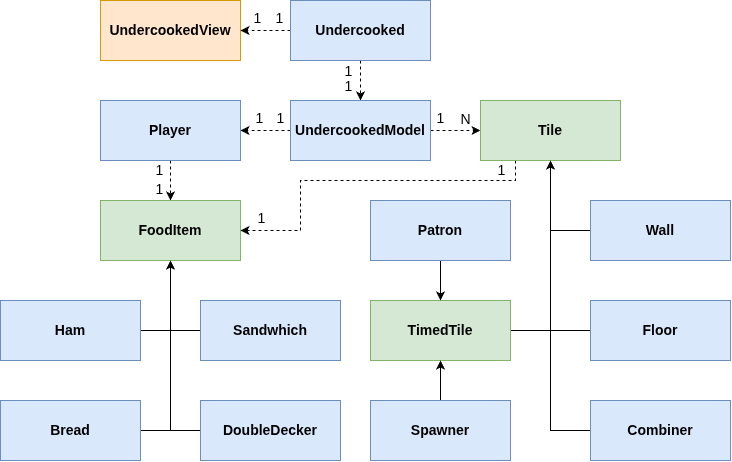
This is 2026s1/resources/UML.png from CSSE1001/CSSE1001.github.io, a draw.io export, as it was before one commit. Source tidied: cells renumbered, new cells last; positions are measured from the earlier drawing's top-left corner, leaving out a move shared by most shapes. Source of this version:
```xml
<mxGraphModel>
  <root>
    <mxCell id="0" />
    <mxCell id="1" parent="0" />
    <mxCell id="2" value="&lt;span style=&quot;font-size: 14px;&quot;&gt;&lt;b&gt;UndercookedView&lt;/b&gt;&lt;/span&gt;" style="rounded=0;whiteSpace=wrap;html=1;fillColor=#ffe6cc;strokeColor=#d79b00;" parent="1" vertex="1">
      <mxGeometry x="100" width="140" height="60" as="geometry" />
    </mxCell>
    <mxCell id="3" style="edgeStyle=orthogonalEdgeStyle;rounded=0;jettySize=auto;html=1;exitX=0.5;exitY=1;exitDx=0;exitDy=0;dashed=1;" parent="1" edge="1" source="16" target="20">
      <mxGeometry relative="1" as="geometry" />
    </mxCell>
    <mxCell id="4" style="edgeStyle=orthogonalEdgeStyle;rounded=0;jettySize=auto;html=1;exitX=0;exitY=0.5;exitDx=0;exitDy=0;dashed=1;" parent="1" edge="1" source="16" target="2">
      <mxGeometry relative="1" as="geometry" />
    </mxCell>
    <mxCell id="5" value="1" style="edgeLabel;html=1;align=center;verticalAlign=middle;fontStyle=0;fontSize=14;" parent="4" vertex="1">
      <mxGeometry x="-0.49" relative="1" as="geometry">
        <mxPoint x="-20" y="-12" as="offset" />
      </mxGeometry>
    </mxCell>
    <mxCell id="6" value="1" style="edgeLabel;html=1;align=center;verticalAlign=middle;fontStyle=0;fontSize=14;" parent="4" vertex="1">
      <mxGeometry x="-0.49" relative="1" as="geometry">
        <mxPoint x="2" y="-12" as="offset" />
      </mxGeometry>
    </mxCell>
    <mxCell id="7" value="1" style="edgeLabel;html=1;align=center;verticalAlign=middle;fontStyle=0;fontSize=14;" parent="4" vertex="1">
      <mxGeometry x="-0.49" relative="1" as="geometry">
        <mxPoint x="71" y="41" as="offset" />
      </mxGeometry>
    </mxCell>
    <mxCell id="8" value="1" style="edgeLabel;html=1;align=center;verticalAlign=middle;fontStyle=0;fontSize=14;" parent="4" vertex="1">
      <mxGeometry x="-0.49" relative="1" as="geometry">
        <mxPoint x="71" y="56" as="offset" />
      </mxGeometry>
    </mxCell>
    <mxCell id="9" value="1" style="edgeLabel;html=1;align=center;verticalAlign=middle;fontStyle=0;fontSize=14;" parent="4" vertex="1">
      <mxGeometry x="-0.49" relative="1" as="geometry">
        <mxPoint x="3" y="88" as="offset" />
      </mxGeometry>
    </mxCell>
    <mxCell id="10" value="1" style="edgeLabel;html=1;align=center;verticalAlign=middle;fontStyle=0;fontSize=14;" parent="4" vertex="1">
      <mxGeometry x="-0.49" relative="1" as="geometry">
        <mxPoint x="-18" y="88" as="offset" />
      </mxGeometry>
    </mxCell>
    <mxCell id="11" value="1" style="edgeLabel;html=1;align=center;verticalAlign=middle;fontStyle=0;fontSize=14;" parent="4" vertex="1">
      <mxGeometry x="-0.49" relative="1" as="geometry">
        <mxPoint x="163" y="88" as="offset" />
      </mxGeometry>
    </mxCell>
    <mxCell id="12" value="1" style="edgeLabel;html=1;align=center;verticalAlign=middle;fontStyle=0;fontSize=14;" parent="4" vertex="1">
      <mxGeometry x="-0.49" relative="1" as="geometry">
        <mxPoint x="224" y="140" as="offset" />
      </mxGeometry>
    </mxCell>
    <mxCell id="13" value="1" style="edgeLabel;html=1;align=center;verticalAlign=middle;fontStyle=0;fontSize=14;" parent="4" vertex="1">
      <mxGeometry x="-0.49" relative="1" as="geometry">
        <mxPoint x="-16" y="188" as="offset" />
      </mxGeometry>
    </mxCell>
    <mxCell id="14" value="1" style="edgeLabel;html=1;align=center;verticalAlign=middle;fontStyle=0;fontSize=14;" parent="4" vertex="1">
      <mxGeometry x="-0.49" relative="1" as="geometry">
        <mxPoint x="-118" y="140" as="offset" />
      </mxGeometry>
    </mxCell>
    <mxCell id="15" value="1" style="edgeLabel;html=1;align=center;verticalAlign=middle;fontStyle=0;fontSize=14;" parent="4" vertex="1">
      <mxGeometry x="-0.49" relative="1" as="geometry">
        <mxPoint x="-118" y="159" as="offset" />
      </mxGeometry>
    </mxCell>
    <mxCell id="16" value="&lt;span style=&quot;font-size: 14px;&quot;&gt;&lt;b&gt;Undercooked&lt;/b&gt;&lt;/span&gt;" style="rounded=0;whiteSpace=wrap;html=1;fillColor=#dae8fc;strokeColor=#6c8ebf;" parent="1" vertex="1">
      <mxGeometry x="290" width="140" height="60" as="geometry" />
    </mxCell>
    <mxCell id="17" style="edgeStyle=orthogonalEdgeStyle;rounded=0;jettySize=auto;html=1;exitX=1;exitY=0.5;exitDx=0;exitDy=0;dashed=1;" parent="1" edge="1" source="20" target="24">
      <mxGeometry relative="1" as="geometry" />
    </mxCell>
    <mxCell id="18" value="&lt;font style=&quot;font-size: 14px;&quot;&gt;N&lt;/font&gt;" style="edgeLabel;html=1;align=center;verticalAlign=middle;" parent="17" vertex="1">
      <mxGeometry x="0.35" y="1" relative="1" as="geometry">
        <mxPoint y="-10" as="offset" />
      </mxGeometry>
    </mxCell>
    <mxCell id="19" style="edgeStyle=orthogonalEdgeStyle;rounded=0;jettySize=auto;html=1;exitX=0;exitY=0.5;exitDx=0;exitDy=0;dashed=1;" parent="1" edge="1" source="20" target="22">
      <mxGeometry relative="1" as="geometry" />
    </mxCell>
    <mxCell id="20" value="&lt;font style=&quot;font-size: 14px;&quot;&gt;&lt;b&gt;Undercooked&lt;/b&gt;&lt;/font&gt;&lt;b&gt;&lt;font style=&quot;font-size: 14px;&quot;&gt;Model&lt;/font&gt;&lt;/b&gt;" style="rounded=0;whiteSpace=wrap;html=1;fillColor=#dae8fc;strokeColor=#6c8ebf;" parent="1" vertex="1">
      <mxGeometry x="290" y="100" width="140" height="60" as="geometry" />
    </mxCell>
    <mxCell id="21" style="edgeStyle=orthogonalEdgeStyle;rounded=0;jettySize=auto;html=1;exitX=0.5;exitY=1;exitDx=0;exitDy=0;dashed=1;" parent="1" edge="1" source="22" target="37">
      <mxGeometry relative="1" as="geometry" />
    </mxCell>
    <mxCell id="22" value="&lt;span style=&quot;font-size: 14px;&quot;&gt;&lt;b&gt;Player&lt;/b&gt;&lt;/span&gt;" style="rounded=0;whiteSpace=wrap;html=1;fillColor=#dae8fc;strokeColor=#6c8ebf;" parent="1" vertex="1">
      <mxGeometry x="100" y="100" width="140" height="60" as="geometry" />
    </mxCell>
    <mxCell id="23" style="edgeStyle=orthogonalEdgeStyle;rounded=0;jettySize=auto;html=1;exitX=0.25;exitY=1;exitDx=0;exitDy=0;entryX=1;entryY=0.5;entryDx=0;entryDy=0;dashed=1;" parent="1" edge="1" source="24" target="37">
      <mxGeometry relative="1" as="geometry">
        <Array as="points">
          <mxPoint x="515" y="180" />
          <mxPoint x="300" y="180" />
          <mxPoint x="300" y="230" />
        </Array>
      </mxGeometry>
    </mxCell>
    <mxCell id="24" value="&lt;span style=&quot;font-size: 14px;&quot;&gt;&lt;b&gt;Tile&lt;/b&gt;&lt;/span&gt;" style="rounded=0;whiteSpace=wrap;html=1;fillColor=#d5e8d4;strokeColor=#82b366;" parent="1" vertex="1">
      <mxGeometry x="480" y="100" width="140" height="60" as="geometry" />
    </mxCell>
    <mxCell id="25" style="edgeStyle=orthogonalEdgeStyle;rounded=0;jettySize=auto;html=1;exitX=0;exitY=0.5;exitDx=0;exitDy=0;" parent="1" edge="1" source="26" target="24">
      <mxGeometry relative="1" as="geometry" />
    </mxCell>
    <mxCell id="26" value="&lt;span style=&quot;font-size: 14px;&quot;&gt;&lt;b&gt;Floor&lt;/b&gt;&lt;/span&gt;" style="rounded=0;whiteSpace=wrap;html=1;fillColor=#dae8fc;strokeColor=#6c8ebf;" parent="1" vertex="1">
      <mxGeometry x="590" y="300" width="140" height="60" as="geometry" />
    </mxCell>
    <mxCell id="27" style="edgeStyle=orthogonalEdgeStyle;rounded=0;jettySize=auto;html=1;exitX=0;exitY=0.5;exitDx=0;exitDy=0;entryX=0.5;entryY=1;entryDx=0;entryDy=0;" parent="1" edge="1" source="28" target="24">
      <mxGeometry relative="1" as="geometry" />
    </mxCell>
    <mxCell id="28" value="&lt;span style=&quot;font-size: 14px;&quot;&gt;&lt;b&gt;Wall&lt;/b&gt;&lt;/span&gt;" style="rounded=0;whiteSpace=wrap;html=1;fillColor=#dae8fc;strokeColor=#6c8ebf;" parent="1" vertex="1">
      <mxGeometry x="590" y="200" width="140" height="60" as="geometry" />
    </mxCell>
    <mxCell id="29" style="edgeStyle=orthogonalEdgeStyle;rounded=0;jettySize=auto;html=1;exitX=0;exitY=0.5;exitDx=0;exitDy=0;entryX=0.5;entryY=1;entryDx=0;entryDy=0;" parent="1" edge="1" source="30" target="24">
      <mxGeometry relative="1" as="geometry" />
    </mxCell>
    <mxCell id="30" value="&lt;span style=&quot;font-size: 14px;&quot;&gt;&lt;b&gt;Combiner&lt;/b&gt;&lt;/span&gt;" style="rounded=0;whiteSpace=wrap;html=1;fillColor=#dae8fc;strokeColor=#6c8ebf;" parent="1" vertex="1">
      <mxGeometry x="590" y="400" width="140" height="60" as="geometry" />
    </mxCell>
    <mxCell id="31" style="edgeStyle=orthogonalEdgeStyle;rounded=0;jettySize=auto;html=1;exitX=1;exitY=0.5;exitDx=0;exitDy=0;" parent="1" edge="1" source="32" target="24">
      <mxGeometry relative="1" as="geometry" />
    </mxCell>
    <mxCell id="32" value="&lt;span style=&quot;font-size: 14px;&quot;&gt;&lt;b&gt;TimedTile&lt;/b&gt;&lt;/span&gt;" style="rounded=0;whiteSpace=wrap;html=1;fillColor=#d5e8d4;strokeColor=#82b366;" parent="1" vertex="1">
      <mxGeometry x="370" y="300" width="140" height="60" as="geometry" />
    </mxCell>
    <mxCell id="33" style="edgeStyle=orthogonalEdgeStyle;rounded=0;jettySize=auto;html=1;exitX=0.5;exitY=0;exitDx=0;exitDy=0;entryX=0.5;entryY=1;entryDx=0;entryDy=0;" parent="1" edge="1" source="34" target="32">
      <mxGeometry relative="1" as="geometry" />
    </mxCell>
    <mxCell id="34" value="&lt;span style=&quot;font-size: 14px;&quot;&gt;&lt;b&gt;Spawner&lt;/b&gt;&lt;/span&gt;" style="rounded=0;whiteSpace=wrap;html=1;fillColor=#dae8fc;strokeColor=#6c8ebf;" parent="1" vertex="1">
      <mxGeometry x="370" y="400" width="140" height="60" as="geometry" />
    </mxCell>
    <mxCell id="35" style="edgeStyle=orthogonalEdgeStyle;rounded=0;jettySize=auto;html=1;exitX=0.5;exitY=1;exitDx=0;exitDy=0;" parent="1" edge="1" source="36" target="32">
      <mxGeometry relative="1" as="geometry" />
    </mxCell>
    <mxCell id="36" value="&lt;span style=&quot;font-size: 14px;&quot;&gt;&lt;b&gt;Patron&lt;/b&gt;&lt;/span&gt;" style="rounded=0;whiteSpace=wrap;html=1;fillColor=#dae8fc;strokeColor=#6c8ebf;" parent="1" vertex="1">
      <mxGeometry x="370" y="200" width="140" height="60" as="geometry" />
    </mxCell>
    <mxCell id="37" value="&lt;span style=&quot;font-size: 14px;&quot;&gt;&lt;b&gt;FoodItem&lt;/b&gt;&lt;/span&gt;" style="rounded=0;whiteSpace=wrap;html=1;fillColor=#d5e8d4;strokeColor=#82b366;" parent="1" vertex="1">
      <mxGeometry x="100" y="200" width="140" height="60" as="geometry" />
    </mxCell>
    <mxCell id="38" style="edgeStyle=orthogonalEdgeStyle;rounded=0;jettySize=auto;html=1;exitX=1;exitY=0.5;exitDx=0;exitDy=0;entryX=0.5;entryY=1;entryDx=0;entryDy=0;" parent="1" edge="1" source="39" target="37">
      <mxGeometry relative="1" as="geometry" />
    </mxCell>
    <mxCell id="39" value="&lt;span style=&quot;font-size: 14px;&quot;&gt;&lt;b&gt;Ham&lt;/b&gt;&lt;/span&gt;" style="rounded=0;whiteSpace=wrap;html=1;fillColor=#dae8fc;strokeColor=#6c8ebf;" parent="1" vertex="1">
      <mxGeometry y="300" width="140" height="60" as="geometry" />
    </mxCell>
    <mxCell id="40" style="edgeStyle=orthogonalEdgeStyle;rounded=0;jettySize=auto;html=1;exitX=1;exitY=0.5;exitDx=0;exitDy=0;entryX=0.5;entryY=1;entryDx=0;entryDy=0;" parent="1" edge="1" source="41" target="37">
      <mxGeometry relative="1" as="geometry" />
    </mxCell>
    <mxCell id="41" value="&lt;span style=&quot;font-size: 14px;&quot;&gt;&lt;b&gt;Bread&lt;/b&gt;&lt;/span&gt;" style="rounded=0;whiteSpace=wrap;html=1;fillColor=#dae8fc;strokeColor=#6c8ebf;" parent="1" vertex="1">
      <mxGeometry y="400" width="140" height="60" as="geometry" />
    </mxCell>
    <mxCell id="42" style="edgeStyle=orthogonalEdgeStyle;rounded=0;jettySize=auto;html=1;exitX=0;exitY=0.5;exitDx=0;exitDy=0;entryX=0.5;entryY=1;entryDx=0;entryDy=0;" parent="1" edge="1" source="43" target="37">
      <mxGeometry relative="1" as="geometry" />
    </mxCell>
    <mxCell id="43" value="&lt;span style=&quot;font-size: 14px;&quot;&gt;&lt;b&gt;Sandwhich&lt;/b&gt;&lt;/span&gt;" style="rounded=0;whiteSpace=wrap;html=1;fillColor=#dae8fc;strokeColor=#6c8ebf;" parent="1" vertex="1">
      <mxGeometry x="200" y="300" width="140" height="60" as="geometry" />
    </mxCell>
    <mxCell id="44" style="edgeStyle=orthogonalEdgeStyle;rounded=0;jettySize=auto;html=1;exitX=0;exitY=0.5;exitDx=0;exitDy=0;entryX=0.5;entryY=1;entryDx=0;entryDy=0;" parent="1" edge="1" source="45" target="37">
      <mxGeometry relative="1" as="geometry" />
    </mxCell>
    <mxCell id="45" value="&lt;span style=&quot;font-size: 14px;&quot;&gt;&lt;b&gt;DoubleDecker&lt;/b&gt;&lt;/span&gt;" style="rounded=0;whiteSpace=wrap;html=1;fillColor=#dae8fc;strokeColor=#6c8ebf;" parent="1" vertex="1">
      <mxGeometry x="200" y="400" width="140" height="60" as="geometry" />
    </mxCell>
  </root>
</mxGraphModel>
```
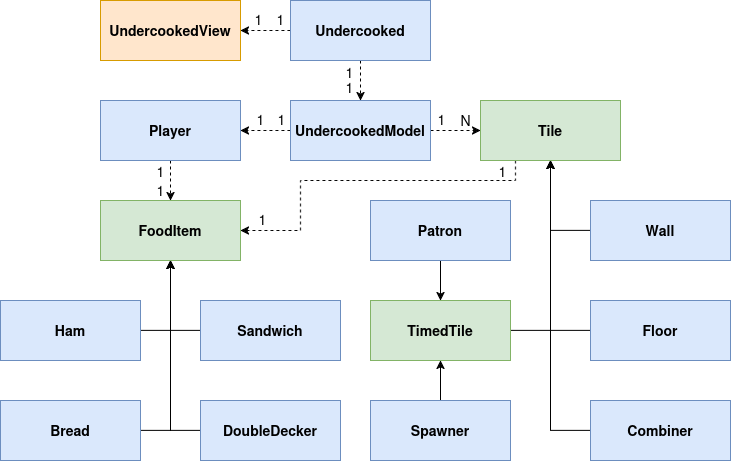
The same file after the commit.

Diff of the diagram source:
```diff
@@ -155,7 +155,7 @@
     <mxCell id="42" style="edgeStyle=orthogonalEdgeStyle;rounded=0;jettySize=auto;html=1;exitX=0;exitY=0.5;exitDx=0;exitDy=0;entryX=0.5;entryY=1;entryDx=0;entryDy=0;" parent="1" edge="1" source="43" target="37">
       <mxGeometry relative="1" as="geometry" />
     </mxCell>
-    <mxCell id="43" value="&lt;span style=&quot;font-size: 14px;&quot;&gt;&lt;b&gt;Sandwhich&lt;/b&gt;&lt;/span&gt;" style="rounded=0;whiteSpace=wrap;html=1;fillColor=#dae8fc;strokeColor=#6c8ebf;" parent="1" vertex="1">
+    <mxCell id="43" value="&lt;span style=&quot;font-size: 14px;&quot;&gt;&lt;b&gt;Sandwich&lt;/b&gt;&lt;/span&gt;" style="rounded=0;whiteSpace=wrap;html=1;fillColor=#dae8fc;strokeColor=#6c8ebf;" parent="1" vertex="1">
       <mxGeometry x="200" y="300" width="140" height="60" as="geometry" />
     </mxCell>
     <mxCell id="44" style="edgeStyle=orthogonalEdgeStyle;rounded=0;jettySize=auto;html=1;exitX=0;exitY=0.5;exitDx=0;exitDy=0;entryX=0.5;entryY=1;entryDx=0;entryDy=0;" parent="1" edge="1" source="45" target="37">
```
